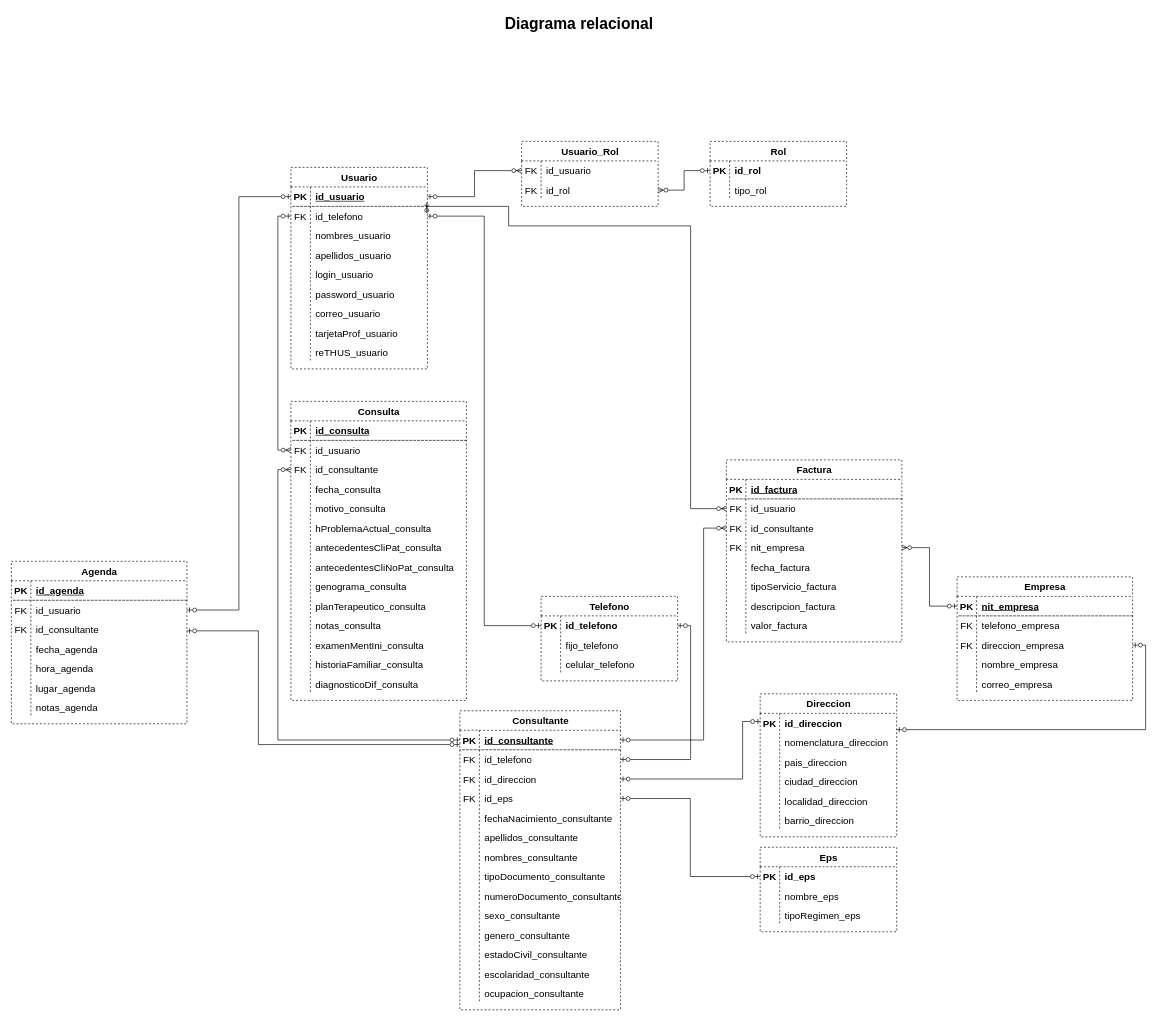
Above: page "D. Relacional" (2 of 9) of Diagramas/Untitled Diagram.drawio in barloff2/Diagramas (draw.io), before the change. Source tidied: cells renumbered, new cells numbered last; positions are measured from the earlier drawing's top-left corner, leaving out a move shared by most shapes. Both pictures are drawn from the tidied source at 65%, with x=0, y=0 at pixel (11, 11).
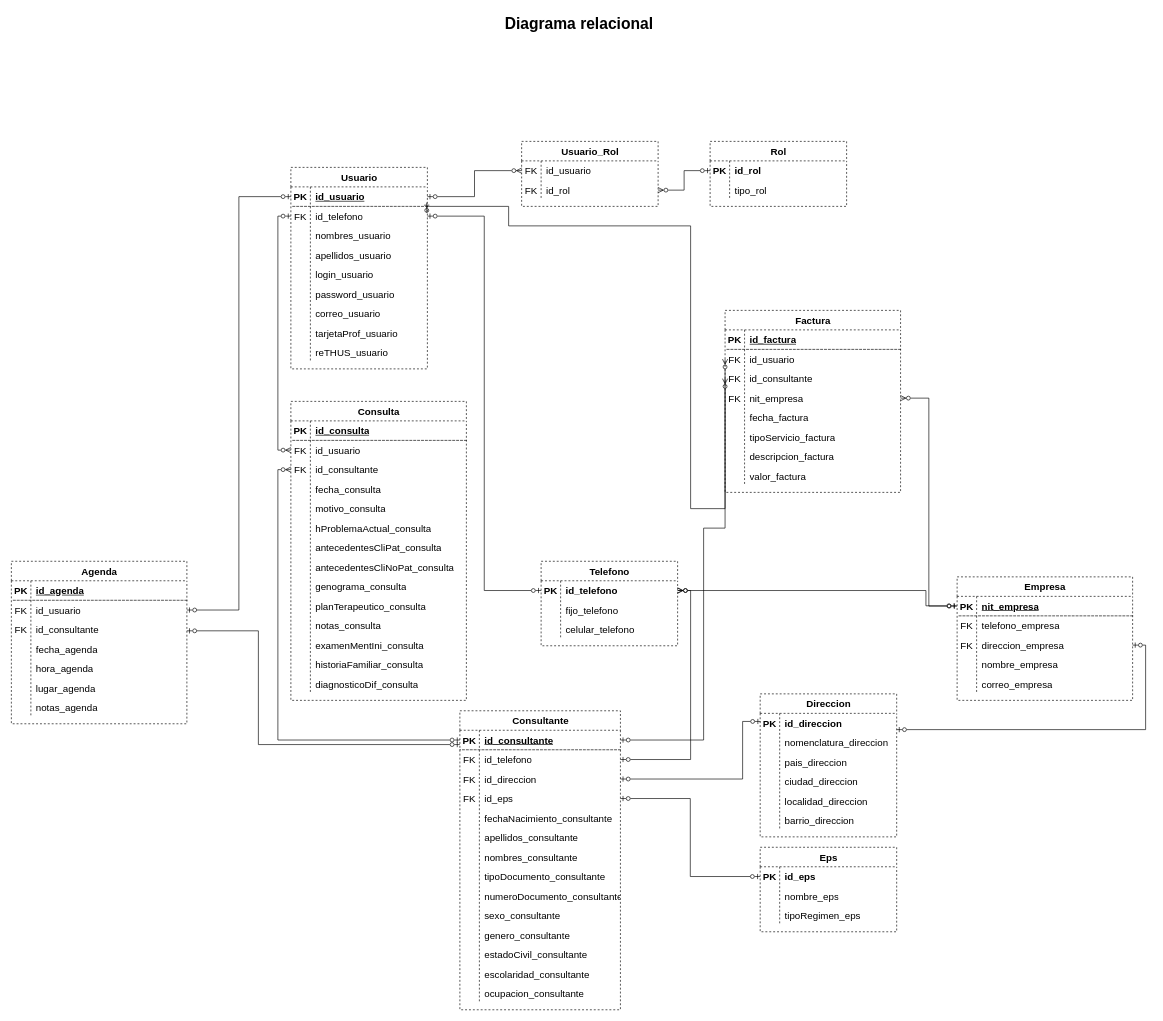
Above is the later version.

Unchanged cells that the change refers to:
```xml
<mxCell id="91" style="shape=tableRow;horizontal=0;startSize=0;swimlaneHead=0;swimlaneBody=0;fillColor=none;points=[[0,0.5],[1,0.5]];portConstraint=eastwest;top=0;left=0;right=0;bottom=0;dashed=1;fontSize=15;html=1;" parent="87" vertex="1">
  <mxGeometry y="60" width="247" height="30" as="geometry" />
</mxCell>
<mxCell id="152" style="shape=tableRow;horizontal=0;startSize=0;swimlaneHead=0;swimlaneBody=0;fillColor=none;points=[[0,0.5],[1,0.5]];portConstraint=eastwest;top=0;left=0;right=0;bottom=0;dashed=1;fontSize=15;html=1;" parent="151" vertex="1">
  <mxGeometry y="30" width="210" height="30" as="geometry" />
</mxCell>
<mxCell id="228" style="shape=tableRow;horizontal=0;startSize=0;swimlaneHead=0;swimlaneBody=0;fillColor=none;points=[[0,0.5],[1,0.5]];portConstraint=eastwest;top=0;left=0;right=0;bottom=1;dashed=1;fontSize=15;html=1;" parent="227" vertex="1">
  <mxGeometry y="30" width="270" height="30" as="geometry" />
</mxCell>
```

What changed in the source:
```diff
@@
     <mxCell id="151" value="Telefono" style="shape=table;startSize=30;childLayout=tableLayout;rowLines=0;fontStyle=1;align=center;dashed=1;fontSize=15;html=1;" parent="1" vertex="1">
-      <mxGeometry x="815" y="900" width="210" height="130" as="geometry" />
+      <mxGeometry x="815" y="846" width="210" height="130" as="geometry" />
     </mxCell>
@@
-    <mxCell id="171" style="rounded=0;jettySize=auto;html=1;fontSize=15;endArrow=ERzeroToOne;endFill=0;startArrow=ERzeroToOne;startFill=0;exitX=1;exitY=0.5;exitDx=0;exitDy=0;edgeStyle=orthogonalEdgeStyle;entryX=1;entryY=0.5;entryDx=0;entryDy=0;" parent="1" edge="1" source="91" target="152">
+    <mxCell id="171" style="rounded=0;jettySize=auto;html=1;fontSize=15;endArrow=ERzeroToMany;endFill=0;startArrow=ERzeroToOne;startFill=0;exitX=1;exitY=0.5;exitDx=0;exitDy=0;edgeStyle=orthogonalEdgeStyle;entryX=1;entryY=0.5;entryDx=0;entryDy=0;" parent="1" edge="1" source="91" target="152">
       <mxGeometry relative="1" as="geometry" />
     </mxCell>
@@
     <mxCell id="202" value="Factura" style="shape=table;startSize=30;childLayout=tableLayout;rowLines=0;fontStyle=1;align=center;dashed=1;fontSize=15;html=1;" parent="1" vertex="1">
-      <mxGeometry x="1100" y="690" width="270" height="280" as="geometry" />
+      <mxGeometry x="1098" y="460" width="270" height="280" as="geometry" />
     </mxCell>
@@
+    <mxCell id="247" style="edgeStyle=orthogonalEdgeStyle;rounded=0;jettySize=auto;html=1;startArrow=ERzeroToOne;startFill=0;endArrow=ERzeroToMany;endFill=0;exitX=-0.003;exitY=0.484;exitDx=0;exitDy=0;exitPerimeter=0;entryX=1;entryY=0.5;entryDx=0;entryDy=0;" parent="1" edge="1" source="228" target="152">
+      <mxGeometry relative="1" as="geometry">
+        <Array as="points">
+          <mxPoint x="1407" y="915" />
+          <mxPoint x="1407" y="891" />
+        </Array>
+      </mxGeometry>
+    </mxCell>
```
